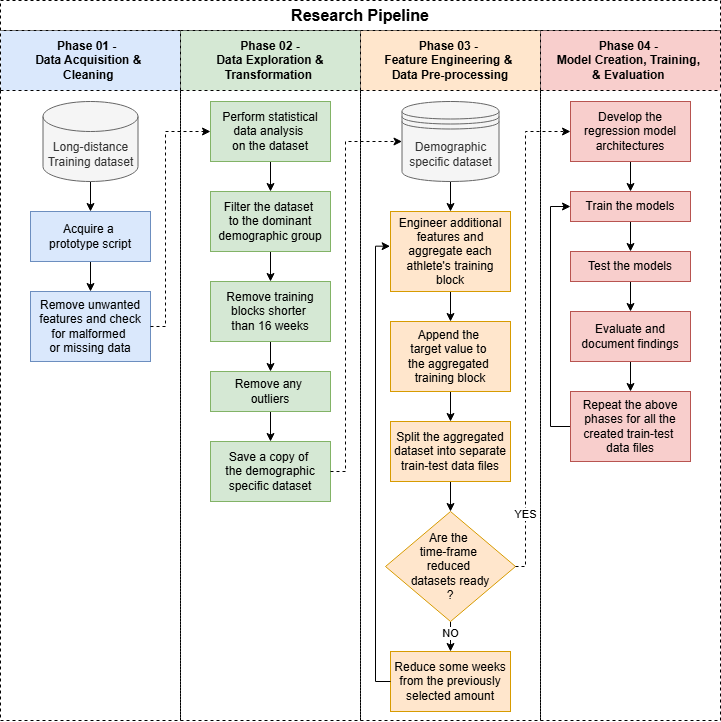
Above: doc/milestone_03/reserach_pipeline_milestone_03.png in miguelabela03/RD2_SWD63A_MiguelAbela (draw.io), before the change. Source tidied: cells renumbered, new cells last; positions are measured from the earlier drawing's top-left corner, leaving out a move shared by most shapes. Source of this version:
```xml
<mxGraphModel>
  <root>
    <mxCell id="0" />
    <mxCell id="1" parent="0" />
    <mxCell id="2" value="Phase 01 -&amp;nbsp;&amp;nbsp;&lt;div&gt;Data Acquisition &amp;amp;&amp;nbsp;&lt;/div&gt;&lt;div&gt;Cleaning&amp;nbsp;&lt;/div&gt;" style="swimlane;whiteSpace=wrap;html=1;startSize=60;fillColor=#dae8fc;strokeColor=#000000;dashed=1;" parent="1" vertex="1">
      <mxGeometry y="30" width="180" height="690" as="geometry" />
    </mxCell>
    <mxCell id="3" style="edgeStyle=orthogonalEdgeStyle;rounded=0;jettySize=auto;html=1;exitX=0.5;exitY=1;exitDx=0;exitDy=0;exitPerimeter=0;entryX=0.5;entryY=0;entryDx=0;entryDy=0;" parent="2" edge="1" source="4" target="6">
      <mxGeometry relative="1" as="geometry" />
    </mxCell>
    <mxCell id="4" value="Long-distance Training dataset" style="shape=cylinder3;whiteSpace=wrap;html=1;boundedLbl=1;backgroundOutline=1;size=15;fillColor=#f5f5f5;fontColor=#333333;strokeColor=#666666;" parent="2" vertex="1">
      <mxGeometry x="42.5" y="71" width="95" height="80" as="geometry" />
    </mxCell>
    <mxCell id="5" style="edgeStyle=orthogonalEdgeStyle;rounded=0;jettySize=auto;html=1;" parent="2" edge="1" source="6" target="7">
      <mxGeometry relative="1" as="geometry" />
    </mxCell>
    <mxCell id="6" value="Acquire a&amp;nbsp;&lt;div&gt;prototype script&lt;/div&gt;" style="rounded=0;whiteSpace=wrap;html=1;fillColor=#dae8fc;strokeColor=#6c8ebf;" parent="2" vertex="1">
      <mxGeometry x="30" y="181" width="120" height="50" as="geometry" />
    </mxCell>
    <mxCell id="7" value="Remove unwanted features and check for malformed&amp;nbsp;&lt;div&gt;or missing data&lt;/div&gt;" style="rounded=0;whiteSpace=wrap;html=1;fillColor=#dae8fc;strokeColor=#6c8ebf;" parent="2" vertex="1">
      <mxGeometry x="30" y="261" width="120" height="70" as="geometry" />
    </mxCell>
    <mxCell id="8" value="&lt;b&gt;&lt;font style=&quot;font-size: 16px;&quot;&gt;Research Pipeline&lt;/font&gt;&lt;/b&gt;" style="rounded=0;whiteSpace=wrap;html=1;dashed=1;" parent="1" vertex="1">
      <mxGeometry width="720" height="30" as="geometry" />
    </mxCell>
    <mxCell id="9" value="Phase 02 -&lt;div&gt;Data Exploration &amp;amp; Transformation&amp;nbsp;&lt;/div&gt;" style="swimlane;whiteSpace=wrap;html=1;startSize=60;fillColor=#d5e8d4;strokeColor=#000000;dashed=1;" parent="1" vertex="1">
      <mxGeometry x="180" y="30" width="180" height="690" as="geometry" />
    </mxCell>
    <mxCell id="10" style="edgeStyle=orthogonalEdgeStyle;rounded=0;jettySize=auto;html=1;exitX=0.5;exitY=1;exitDx=0;exitDy=0;entryX=0.5;entryY=0;entryDx=0;entryDy=0;" parent="9" edge="1" source="11" target="13">
      <mxGeometry relative="1" as="geometry" />
    </mxCell>
    <mxCell id="11" value="Perform statistical data analysis&amp;nbsp;&lt;div&gt;on the dataset&lt;/div&gt;" style="rounded=0;whiteSpace=wrap;html=1;fillColor=#d5e8d4;strokeColor=#82b366;" parent="9" vertex="1">
      <mxGeometry x="30" y="71" width="120" height="60" as="geometry" />
    </mxCell>
    <mxCell id="12" style="edgeStyle=orthogonalEdgeStyle;rounded=0;jettySize=auto;html=1;exitX=0.5;exitY=1;exitDx=0;exitDy=0;entryX=0.5;entryY=0;entryDx=0;entryDy=0;" parent="9" edge="1" source="13" target="15">
      <mxGeometry relative="1" as="geometry" />
    </mxCell>
    <mxCell id="13" value="Filter the dataset&amp;nbsp;&lt;div&gt;to the dominant demographic group&lt;/div&gt;" style="rounded=0;whiteSpace=wrap;html=1;fillColor=#d5e8d4;strokeColor=#82b366;" parent="9" vertex="1">
      <mxGeometry x="30" y="161" width="120" height="60" as="geometry" />
    </mxCell>
    <mxCell id="14" style="edgeStyle=orthogonalEdgeStyle;rounded=0;jettySize=auto;html=1;exitX=0.5;exitY=1;exitDx=0;exitDy=0;entryX=0.5;entryY=0;entryDx=0;entryDy=0;" parent="9" edge="1" source="15" target="17">
      <mxGeometry relative="1" as="geometry" />
    </mxCell>
    <mxCell id="15" value="Remove training blocks shorter&amp;nbsp;&lt;div&gt;than 16 weeks&lt;/div&gt;" style="rounded=0;whiteSpace=wrap;html=1;fillColor=#d5e8d4;strokeColor=#82b366;" parent="9" vertex="1">
      <mxGeometry x="30" y="251" width="120" height="60" as="geometry" />
    </mxCell>
    <mxCell id="16" style="edgeStyle=orthogonalEdgeStyle;rounded=0;jettySize=auto;html=1;exitX=0.5;exitY=1;exitDx=0;exitDy=0;entryX=0.5;entryY=0;entryDx=0;entryDy=0;" parent="9" edge="1" source="17" target="18">
      <mxGeometry relative="1" as="geometry" />
    </mxCell>
    <mxCell id="17" value="Remove any&amp;nbsp;&lt;div&gt;outliers&lt;/div&gt;" style="rounded=0;whiteSpace=wrap;html=1;fillColor=#d5e8d4;strokeColor=#82b366;" parent="9" vertex="1">
      <mxGeometry x="30" y="341" width="120" height="40" as="geometry" />
    </mxCell>
    <mxCell id="18" value="Save a copy of&amp;nbsp;&lt;div&gt;the demographic specific dataset&lt;/div&gt;" style="rounded=0;whiteSpace=wrap;html=1;fillColor=#d5e8d4;strokeColor=#82b366;" parent="9" vertex="1">
      <mxGeometry x="30" y="411" width="120" height="60" as="geometry" />
    </mxCell>
    <mxCell id="19" value="Phase 03 -&amp;nbsp;&lt;div&gt;Feature Engineering &amp;amp;&amp;nbsp;&lt;/div&gt;&lt;div&gt;Data Pre-processing&lt;/div&gt;" style="swimlane;whiteSpace=wrap;html=1;startSize=60;fillColor=#ffe6cc;strokeColor=#000000;dashed=1;" parent="1" vertex="1">
      <mxGeometry x="360" y="30" width="180" height="690" as="geometry" />
    </mxCell>
    <mxCell id="20" style="edgeStyle=orthogonalEdgeStyle;rounded=0;jettySize=auto;html=1;" parent="19" edge="1" source="21" target="31">
      <mxGeometry relative="1" as="geometry" />
    </mxCell>
    <mxCell id="21" value="Engineer&amp;nbsp;&lt;span style=&quot;background-color: transparent; color: light-dark(rgb(0, 0, 0), rgb(255, 255, 255));&quot;&gt;additional features and aggregate&amp;nbsp;&lt;/span&gt;&lt;span style=&quot;background-color: transparent; color: light-dark(rgb(0, 0, 0), rgb(255, 255, 255));&quot;&gt;each athlete's&amp;nbsp;&lt;/span&gt;&lt;span style=&quot;background-color: transparent; color: light-dark(rgb(0, 0, 0), rgb(255, 255, 255));&quot;&gt;training block&lt;/span&gt;" style="rounded=0;whiteSpace=wrap;html=1;fillColor=#ffe6cc;strokeColor=#d79b00;" parent="19" vertex="1">
      <mxGeometry x="30" y="181" width="120" height="80" as="geometry" />
    </mxCell>
    <mxCell id="22" style="edgeStyle=orthogonalEdgeStyle;rounded=0;jettySize=auto;html=1;" parent="19" edge="1" source="23" target="28">
      <mxGeometry relative="1" as="geometry" />
    </mxCell>
    <mxCell id="23" value="Split the aggregated dataset into separate train-test data files" style="rounded=0;whiteSpace=wrap;html=1;fillColor=#ffe6cc;strokeColor=#d79b00;" parent="19" vertex="1">
      <mxGeometry x="30" y="391" width="120" height="60" as="geometry" />
    </mxCell>
    <mxCell id="24" style="edgeStyle=orthogonalEdgeStyle;rounded=0;jettySize=auto;html=1;" parent="19" edge="1" source="25" target="21">
      <mxGeometry relative="1" as="geometry" />
    </mxCell>
    <mxCell id="25" value="Demographic specific dataset" style="shape=datastore;whiteSpace=wrap;html=1;fillColor=#f5f5f5;fontColor=#333333;strokeColor=#666666;" parent="19" vertex="1">
      <mxGeometry x="41.5" y="71" width="97" height="80" as="geometry" />
    </mxCell>
    <mxCell id="26" style="edgeStyle=orthogonalEdgeStyle;rounded=0;jettySize=auto;html=1;" parent="19" edge="1" source="28" target="29">
      <mxGeometry relative="1" as="geometry" />
    </mxCell>
    <mxCell id="27" value="NO" style="edgeLabel;html=1;align=center;verticalAlign=middle;" parent="26" vertex="1">
      <mxGeometry x="-0.55" relative="1" as="geometry" />
    </mxCell>
    <mxCell id="28" value="Are the&amp;nbsp;&lt;div&gt;time-frame&amp;nbsp;&lt;/div&gt;&lt;div&gt;reduced&amp;nbsp;&lt;/div&gt;&lt;div&gt;datasets ready&lt;div&gt;?&lt;/div&gt;&lt;/div&gt;" style="rhombus;whiteSpace=wrap;html=1;fillColor=#ffe6cc;strokeColor=#d79b00;" parent="19" vertex="1">
      <mxGeometry x="25" y="481" width="130" height="110" as="geometry" />
    </mxCell>
    <mxCell id="29" value="Reduce some weeks from the previously selected amount" style="rounded=0;whiteSpace=wrap;html=1;fillColor=#ffe6cc;strokeColor=#d79b00;" parent="19" vertex="1">
      <mxGeometry x="30" y="621" width="120" height="60" as="geometry" />
    </mxCell>
    <mxCell id="30" style="edgeStyle=orthogonalEdgeStyle;rounded=0;jettySize=auto;html=1;" parent="19" edge="1" source="31" target="23">
      <mxGeometry relative="1" as="geometry" />
    </mxCell>
    <mxCell id="31" value="Append the&amp;nbsp;&lt;div&gt;target value to&amp;nbsp;&lt;div&gt;the aggregated&amp;nbsp;&lt;div&gt;training block&lt;/div&gt;&lt;/div&gt;&lt;/div&gt;" style="rounded=0;whiteSpace=wrap;html=1;fillColor=#ffe6cc;strokeColor=#d79b00;" parent="19" vertex="1">
      <mxGeometry x="30" y="291" width="120" height="70" as="geometry" />
    </mxCell>
    <mxCell id="32" style="edgeStyle=orthogonalEdgeStyle;rounded=0;jettySize=auto;html=1;entryX=-0.003;entryY=0.434;entryDx=0;entryDy=0;entryPerimeter=0;" parent="19" edge="1" source="29" target="21">
      <mxGeometry relative="1" as="geometry">
        <Array as="points">
          <mxPoint x="15" y="651" />
          <mxPoint x="15" y="216" />
        </Array>
      </mxGeometry>
    </mxCell>
    <mxCell id="33" value="Phase 04 -&amp;nbsp;&lt;div&gt;Model Creation, Training,&amp;nbsp;&lt;/div&gt;&lt;div&gt;&amp;amp; Evaluation&amp;nbsp;&lt;/div&gt;" style="swimlane;whiteSpace=wrap;html=1;startSize=60;fillColor=#f8cecc;strokeColor=#000000;dashed=1;" parent="1" vertex="1">
      <mxGeometry x="540" y="30" width="180" height="690" as="geometry" />
    </mxCell>
    <mxCell id="34" style="edgeStyle=orthogonalEdgeStyle;rounded=0;jettySize=auto;html=1;exitX=0.5;exitY=1;exitDx=0;exitDy=0;entryX=0.5;entryY=0;entryDx=0;entryDy=0;" parent="33" edge="1" source="35" target="37">
      <mxGeometry relative="1" as="geometry" />
    </mxCell>
    <mxCell id="35" value="Develop the regression model architectures" style="rounded=0;whiteSpace=wrap;html=1;fillColor=#f8cecc;strokeColor=#b85450;" parent="33" vertex="1">
      <mxGeometry x="30" y="71" width="120" height="60" as="geometry" />
    </mxCell>
    <mxCell id="36" style="edgeStyle=orthogonalEdgeStyle;rounded=0;jettySize=auto;html=1;exitX=0.5;exitY=1;exitDx=0;exitDy=0;" parent="33" edge="1" source="37" target="39">
      <mxGeometry relative="1" as="geometry" />
    </mxCell>
    <mxCell id="37" value="Train the models" style="rounded=0;whiteSpace=wrap;html=1;fillColor=#f8cecc;strokeColor=#b85450;" parent="33" vertex="1">
      <mxGeometry x="30" y="161" width="120" height="30" as="geometry" />
    </mxCell>
    <mxCell id="38" style="edgeStyle=orthogonalEdgeStyle;rounded=0;jettySize=auto;html=1;exitX=0.5;exitY=1;exitDx=0;exitDy=0;entryX=0.5;entryY=0;entryDx=0;entryDy=0;" parent="33" edge="1" source="39" target="41">
      <mxGeometry relative="1" as="geometry" />
    </mxCell>
    <mxCell id="39" value="Test the models" style="rounded=0;whiteSpace=wrap;html=1;fillColor=#f8cecc;strokeColor=#b85450;" parent="33" vertex="1">
      <mxGeometry x="30" y="221" width="120" height="30" as="geometry" />
    </mxCell>
    <mxCell id="40" style="edgeStyle=orthogonalEdgeStyle;rounded=0;jettySize=auto;html=1;exitX=0.5;exitY=1;exitDx=0;exitDy=0;entryX=0.5;entryY=0;entryDx=0;entryDy=0;" parent="33" edge="1" source="41" target="43">
      <mxGeometry relative="1" as="geometry" />
    </mxCell>
    <mxCell id="41" value="Evaluate and document findings" style="rounded=0;whiteSpace=wrap;html=1;fillColor=#f8cecc;strokeColor=#b85450;" parent="33" vertex="1">
      <mxGeometry x="30" y="281" width="120" height="50" as="geometry" />
    </mxCell>
    <mxCell id="42" style="edgeStyle=orthogonalEdgeStyle;rounded=0;jettySize=auto;html=1;entryX=0;entryY=0.5;entryDx=0;entryDy=0;" parent="33" edge="1" source="43" target="37">
      <mxGeometry relative="1" as="geometry">
        <Array as="points">
          <mxPoint x="10" y="396" />
          <mxPoint x="10" y="176" />
        </Array>
      </mxGeometry>
    </mxCell>
    <mxCell id="43" value="Repeat the above phases for all the created train-test&amp;nbsp;&lt;div&gt;data files&lt;/div&gt;" style="rounded=0;whiteSpace=wrap;html=1;fillColor=#f8cecc;strokeColor=#b85450;" parent="33" vertex="1">
      <mxGeometry x="30" y="361" width="120" height="70" as="geometry" />
    </mxCell>
    <mxCell id="44" style="edgeStyle=orthogonalEdgeStyle;rounded=0;jettySize=auto;html=1;exitX=1;exitY=0.5;exitDx=0;exitDy=0;entryX=0;entryY=0.5;entryDx=0;entryDy=0;dashed=1;" parent="1" edge="1" source="7" target="11">
      <mxGeometry relative="1" as="geometry">
        <Array as="points">
          <mxPoint x="165" y="326" />
          <mxPoint x="165" y="131" />
        </Array>
      </mxGeometry>
    </mxCell>
    <mxCell id="45" style="edgeStyle=orthogonalEdgeStyle;rounded=0;jettySize=auto;html=1;exitX=1;exitY=0.5;exitDx=0;exitDy=0;entryX=0;entryY=0.5;entryDx=0;entryDy=0;dashed=1;" parent="1" edge="1" source="18" target="25">
      <mxGeometry relative="1" as="geometry">
        <Array as="points">
          <mxPoint x="345" y="471" />
          <mxPoint x="345" y="141" />
        </Array>
      </mxGeometry>
    </mxCell>
    <mxCell id="46" style="edgeStyle=orthogonalEdgeStyle;rounded=0;jettySize=auto;html=1;exitX=1;exitY=0.5;exitDx=0;exitDy=0;entryX=0;entryY=0.5;entryDx=0;entryDy=0;dashed=1;" parent="1" edge="1" source="28" target="35">
      <mxGeometry relative="1" as="geometry">
        <Array as="points">
          <mxPoint x="525" y="566" />
          <mxPoint x="525" y="131" />
        </Array>
      </mxGeometry>
    </mxCell>
    <mxCell id="47" value="YES" style="edgeLabel;html=1;align=center;verticalAlign=middle;" parent="46" vertex="1">
      <mxGeometry x="-0.74" relative="1" as="geometry" />
    </mxCell>
  </root>
</mxGraphModel>
```
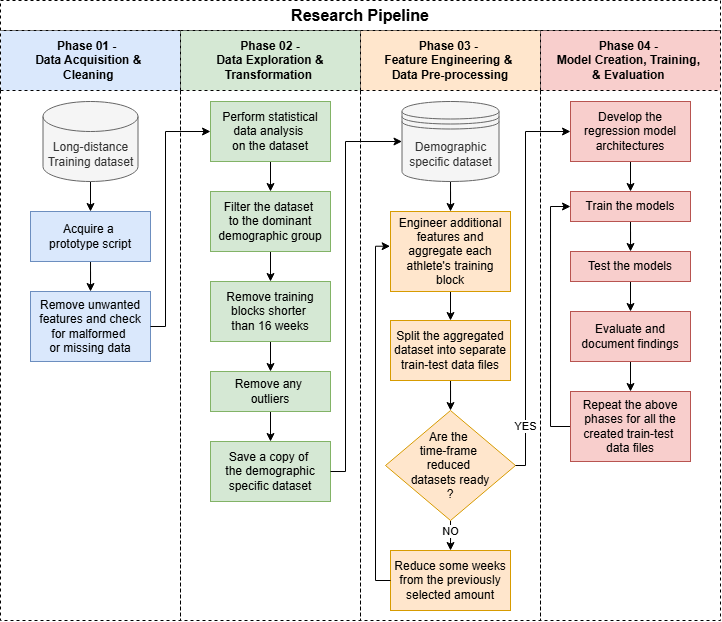
After the commit.

Diff of the diagram source:
```diff
@@ -3,7 +3,7 @@
     <mxCell id="0" />
     <mxCell id="1" parent="0" />
     <mxCell id="2" value="Phase 01 -&amp;nbsp;&amp;nbsp;&lt;div&gt;Data Acquisition &amp;amp;&amp;nbsp;&lt;/div&gt;&lt;div&gt;Cleaning&amp;nbsp;&lt;/div&gt;" style="swimlane;whiteSpace=wrap;html=1;startSize=60;fillColor=#dae8fc;strokeColor=#000000;dashed=1;" parent="1" vertex="1">
-      <mxGeometry y="30" width="180" height="690" as="geometry" />
+      <mxGeometry y="30" width="180" height="590" as="geometry" />
     </mxCell>
     <mxCell id="3" style="edgeStyle=orthogonalEdgeStyle;rounded=0;jettySize=auto;html=1;exitX=0.5;exitY=1;exitDx=0;exitDy=0;exitPerimeter=0;entryX=0.5;entryY=0;entryDx=0;entryDy=0;" parent="2" edge="1" source="4" target="6">
       <mxGeometry relative="1" as="geometry" />
@@ -24,7 +24,7 @@
       <mxGeometry width="720" height="30" as="geometry" />
     </mxCell>
     <mxCell id="9" value="Phase 02 -&lt;div&gt;Data Exploration &amp;amp; Transformation&amp;nbsp;&lt;/div&gt;" style="swimlane;whiteSpace=wrap;html=1;startSize=60;fillColor=#d5e8d4;strokeColor=#000000;dashed=1;" parent="1" vertex="1">
-      <mxGeometry x="180" y="30" width="180" height="690" as="geometry" />
+      <mxGeometry x="180" y="30" width="180" height="590" as="geometry" />
     </mxCell>
     <mxCell id="10" style="edgeStyle=orthogonalEdgeStyle;rounded=0;jettySize=auto;html=1;exitX=0.5;exitY=1;exitDx=0;exitDy=0;entryX=0.5;entryY=0;entryDx=0;entryDy=0;" parent="9" edge="1" source="11" target="13">
       <mxGeometry relative="1" as="geometry" />
@@ -54,11 +54,11 @@
       <mxGeometry x="30" y="411" width="120" height="60" as="geometry" />
     </mxCell>
     <mxCell id="19" value="Phase 03 -&amp;nbsp;&lt;div&gt;Feature Engineering &amp;amp;&amp;nbsp;&lt;/div&gt;&lt;div&gt;Data Pre-processing&lt;/div&gt;" style="swimlane;whiteSpace=wrap;html=1;startSize=60;fillColor=#ffe6cc;strokeColor=#000000;dashed=1;" parent="1" vertex="1">
-      <mxGeometry x="360" y="30" width="180" height="690" as="geometry" />
+      <mxGeometry x="360" y="30" width="180" height="590" as="geometry" />
     </mxCell>
-    <mxCell id="20" style="edgeStyle=orthogonalEdgeStyle;rounded=0;jettySize=auto;html=1;" parent="19" edge="1" source="21" target="31">
-      <mxGeometry relative="1" as="geometry" />
-    </mxCell>
+    <mxCell id="48" style="edgeStyle=orthogonalEdgeStyle;rounded=0;jettySize=auto;html=1;exitX=0.5;exitY=1;exitDx=0;exitDy=0;entryX=0.5;entryY=0;entryDx=0;entryDy=0;" parent="19" edge="1" source="21" target="23">
+      <mxGeometry relative="1" as="geometry" />
+    </mxCell>
     <mxCell id="21" value="Engineer&amp;nbsp;&lt;span style=&quot;background-color: transparent; color: light-dark(rgb(0, 0, 0), rgb(255, 255, 255));&quot;&gt;additional features and aggregate&amp;nbsp;&lt;/span&gt;&lt;span style=&quot;background-color: transparent; color: light-dark(rgb(0, 0, 0), rgb(255, 255, 255));&quot;&gt;each athlete's&amp;nbsp;&lt;/span&gt;&lt;span style=&quot;background-color: transparent; color: light-dark(rgb(0, 0, 0), rgb(255, 255, 255));&quot;&gt;training block&lt;/span&gt;" style="rounded=0;whiteSpace=wrap;html=1;fillColor=#ffe6cc;strokeColor=#d79b00;" parent="19" vertex="1">
       <mxGeometry x="30" y="181" width="120" height="80" as="geometry" />
     </mxCell>
@@ -66,7 +66,7 @@
       <mxGeometry relative="1" as="geometry" />
     </mxCell>
     <mxCell id="23" value="Split the aggregated dataset into separate train-test data files" style="rounded=0;whiteSpace=wrap;html=1;fillColor=#ffe6cc;strokeColor=#d79b00;" parent="19" vertex="1">
-      <mxGeometry x="30" y="391" width="120" height="60" as="geometry" />
+      <mxGeometry x="30" y="290" width="120" height="60" as="geometry" />
     </mxCell>
     <mxCell id="24" style="edgeStyle=orthogonalEdgeStyle;rounded=0;jettySize=auto;html=1;" parent="19" edge="1" source="25" target="21">
       <mxGeometry relative="1" as="geometry" />
@@ -81,27 +81,21 @@
       <mxGeometry x="-0.55" relative="1" as="geometry" />
     </mxCell>
     <mxCell id="28" value="Are the&amp;nbsp;&lt;div&gt;time-frame&amp;nbsp;&lt;/div&gt;&lt;div&gt;reduced&amp;nbsp;&lt;/div&gt;&lt;div&gt;datasets ready&lt;div&gt;?&lt;/div&gt;&lt;/div&gt;" style="rhombus;whiteSpace=wrap;html=1;fillColor=#ffe6cc;strokeColor=#d79b00;" parent="19" vertex="1">
-      <mxGeometry x="25" y="481" width="130" height="110" as="geometry" />
+      <mxGeometry x="25" y="380" width="130" height="110" as="geometry" />
     </mxCell>
     <mxCell id="29" value="Reduce some weeks from the previously selected amount" style="rounded=0;whiteSpace=wrap;html=1;fillColor=#ffe6cc;strokeColor=#d79b00;" parent="19" vertex="1">
-      <mxGeometry x="30" y="621" width="120" height="60" as="geometry" />
+      <mxGeometry x="30" y="520" width="120" height="60" as="geometry" />
     </mxCell>
-    <mxCell id="30" style="edgeStyle=orthogonalEdgeStyle;rounded=0;jettySize=auto;html=1;" parent="19" edge="1" source="31" target="23">
-      <mxGeometry relative="1" as="geometry" />
-    </mxCell>
-    <mxCell id="31" value="Append the&amp;nbsp;&lt;div&gt;target value to&amp;nbsp;&lt;div&gt;the aggregated&amp;nbsp;&lt;div&gt;training block&lt;/div&gt;&lt;/div&gt;&lt;/div&gt;" style="rounded=0;whiteSpace=wrap;html=1;fillColor=#ffe6cc;strokeColor=#d79b00;" parent="19" vertex="1">
-      <mxGeometry x="30" y="291" width="120" height="70" as="geometry" />
-    </mxCell>
     <mxCell id="32" style="edgeStyle=orthogonalEdgeStyle;rounded=0;jettySize=auto;html=1;entryX=-0.003;entryY=0.434;entryDx=0;entryDy=0;entryPerimeter=0;" parent="19" edge="1" source="29" target="21">
       <mxGeometry relative="1" as="geometry">
         <Array as="points">
-          <mxPoint x="15" y="651" />
+          <mxPoint x="15" y="550" />
           <mxPoint x="15" y="216" />
         </Array>
       </mxGeometry>
     </mxCell>
     <mxCell id="33" value="Phase 04 -&amp;nbsp;&lt;div&gt;Model Creation, Training,&amp;nbsp;&lt;/div&gt;&lt;div&gt;&amp;amp; Evaluation&amp;nbsp;&lt;/div&gt;" style="swimlane;whiteSpace=wrap;html=1;startSize=60;fillColor=#f8cecc;strokeColor=#000000;dashed=1;" parent="1" vertex="1">
-      <mxGeometry x="540" y="30" width="180" height="690" as="geometry" />
+      <mxGeometry x="540" y="30" width="180" height="590" as="geometry" />
     </mxCell>
     <mxCell id="34" style="edgeStyle=orthogonalEdgeStyle;rounded=0;jettySize=auto;html=1;exitX=0.5;exitY=1;exitDx=0;exitDy=0;entryX=0.5;entryY=0;entryDx=0;entryDy=0;" parent="33" edge="1" source="35" target="37">
       <mxGeometry relative="1" as="geometry" />
@@ -138,7 +132,7 @@
     <mxCell id="43" value="Repeat the above phases for all the created train-test&amp;nbsp;&lt;div&gt;data files&lt;/div&gt;" style="rounded=0;whiteSpace=wrap;html=1;fillColor=#f8cecc;strokeColor=#b85450;" parent="33" vertex="1">
       <mxGeometry x="30" y="361" width="120" height="70" as="geometry" />
     </mxCell>
-    <mxCell id="44" style="edgeStyle=orthogonalEdgeStyle;rounded=0;jettySize=auto;html=1;exitX=1;exitY=0.5;exitDx=0;exitDy=0;entryX=0;entryY=0.5;entryDx=0;entryDy=0;dashed=1;" parent="1" edge="1" source="7" target="11">
+    <mxCell id="44" style="edgeStyle=orthogonalEdgeStyle;rounded=0;jettySize=auto;html=1;exitX=1;exitY=0.5;exitDx=0;exitDy=0;entryX=0;entryY=0.5;entryDx=0;entryDy=0;" parent="1" edge="1" source="7" target="11">
       <mxGeometry relative="1" as="geometry">
         <Array as="points">
           <mxPoint x="165" y="326" />
@@ -146,7 +140,7 @@
         </Array>
       </mxGeometry>
     </mxCell>
-    <mxCell id="45" style="edgeStyle=orthogonalEdgeStyle;rounded=0;jettySize=auto;html=1;exitX=1;exitY=0.5;exitDx=0;exitDy=0;entryX=0;entryY=0.5;entryDx=0;entryDy=0;dashed=1;" parent="1" edge="1" source="18" target="25">
+    <mxCell id="45" style="edgeStyle=orthogonalEdgeStyle;rounded=0;jettySize=auto;html=1;exitX=1;exitY=0.5;exitDx=0;exitDy=0;entryX=0;entryY=0.5;entryDx=0;entryDy=0;" parent="1" edge="1" source="18" target="25">
       <mxGeometry relative="1" as="geometry">
         <Array as="points">
           <mxPoint x="345" y="471" />
@@ -154,10 +148,10 @@
         </Array>
       </mxGeometry>
     </mxCell>
-    <mxCell id="46" style="edgeStyle=orthogonalEdgeStyle;rounded=0;jettySize=auto;html=1;exitX=1;exitY=0.5;exitDx=0;exitDy=0;entryX=0;entryY=0.5;entryDx=0;entryDy=0;dashed=1;" parent="1" edge="1" source="28" target="35">
+    <mxCell id="46" style="edgeStyle=orthogonalEdgeStyle;rounded=0;jettySize=auto;html=1;exitX=1;exitY=0.5;exitDx=0;exitDy=0;entryX=0;entryY=0.5;entryDx=0;entryDy=0;" parent="1" edge="1" source="28" target="35">
       <mxGeometry relative="1" as="geometry">
         <Array as="points">
-          <mxPoint x="525" y="566" />
+          <mxPoint x="525" y="465" />
           <mxPoint x="525" y="131" />
         </Array>
       </mxGeometry>
```
